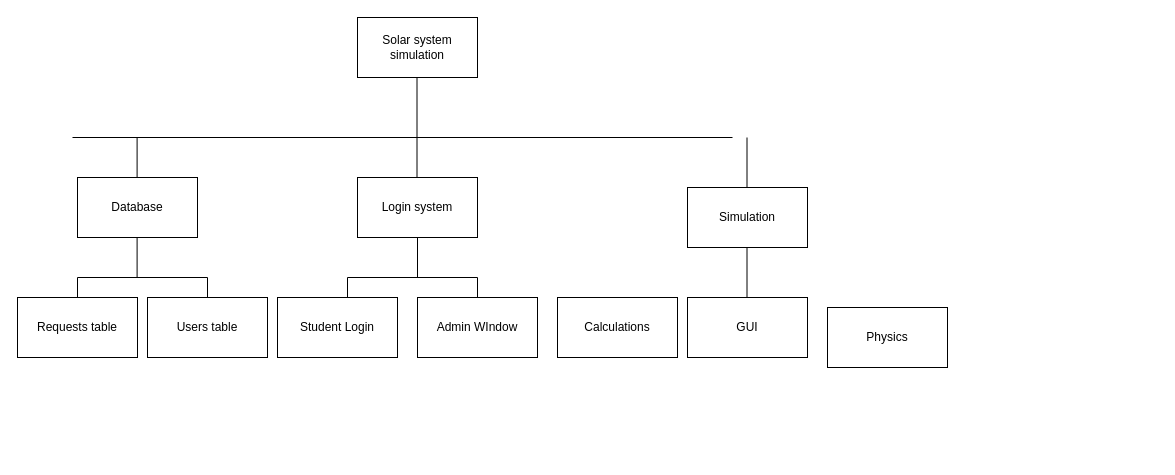
This is Untitled Diagram.drawio from Qaim0/CS_Project1, a draw.io file, before an edit. Source tidied: cells renumbered, new cells numbered last; positions are measured from the earlier drawing's top-left corner, leaving out a move shared by most shapes. Both pictures are drawn from the tidied source at 100%, with x=0, y=0 at pixel (17, 17).
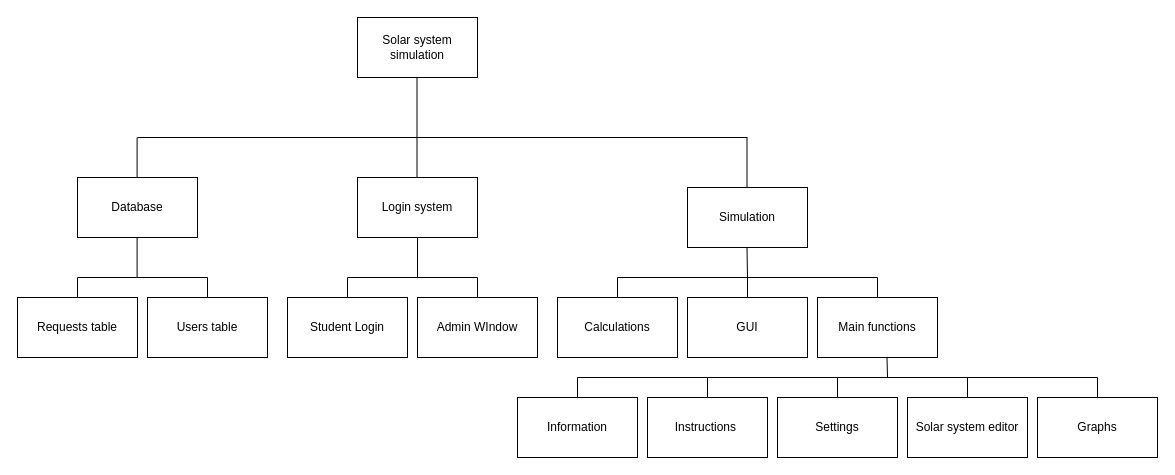
The same diagram, later.

The change refers to these unchanged cells:
```xml
<mxCell id="8" value="Calculations" style="rounded=0;whiteSpace=wrap;html=1;" parent="1" vertex="1">
  <mxGeometry x="540" y="280" width="120" height="60" as="geometry" />
</mxCell>
<mxCell id="9" value="GUI" style="rounded=0;whiteSpace=wrap;html=1;" parent="1" vertex="1">
  <mxGeometry x="670" y="280" width="120" height="60" as="geometry" />
</mxCell>
```

The edit, as a diff of the source:
```diff
@@
     <mxCell id="5" style="endArrow=none;html=1;rounded=0;" parent="1" edge="1">
       <mxGeometry relative="1" as="geometry">
-        <mxPoint x="55" y="120" as="sourcePoint" />
-        <mxPoint x="715" y="120" as="targetPoint" />
+        <mxPoint x="120" y="120" as="sourcePoint" />
+        <mxPoint x="730" y="120" as="targetPoint" />
       </mxGeometry>
     </mxCell>
@@
     <mxCell id="7" style="endArrow=none;html=1;rounded=0;" parent="1" edge="1">
       <mxGeometry relative="1" as="geometry">
-        <mxPoint x="729.5" y="280" as="sourcePoint" />
+        <mxPoint x="730" y="260" as="sourcePoint" />
         <mxPoint x="729.5" y="230" as="targetPoint" />
       </mxGeometry>
     </mxCell>
@@
-    <mxCell id="10" value="Physics" style="rounded=0;whiteSpace=wrap;html=1;" parent="1" vertex="1">
-      <mxGeometry x="810" y="290" width="120" height="60" as="geometry" />
+    <mxCell id="10" value="Main functions" style="rounded=0;whiteSpace=wrap;html=1;" parent="1" vertex="1">
+      <mxGeometry x="800" y="280" width="120" height="60" as="geometry" />
     </mxCell>
@@
     <mxCell id="14" value="Student Login" style="rounded=0;whiteSpace=wrap;html=1;" parent="1" vertex="1">
-      <mxGeometry x="260" y="280" width="120" height="60" as="geometry" />
+      <mxGeometry x="270" y="280" width="120" height="60" as="geometry" />
     </mxCell>
@@
+    <mxCell id="27" style="endArrow=none;html=1;rounded=0;" parent="1" edge="1">
+      <mxGeometry relative="1" as="geometry">
+        <mxPoint x="870" y="360" as="sourcePoint" />
+        <mxPoint x="869.5" y="340" as="targetPoint" />
+      </mxGeometry>
+    </mxCell>
+    <mxCell id="28" value="Information" style="rounded=0;whiteSpace=wrap;html=1;" parent="1" vertex="1">
+      <mxGeometry x="500" y="380" width="120" height="60" as="geometry" />
+    </mxCell>
+    <mxCell id="29" value="Instructions&amp;nbsp;" style="rounded=0;whiteSpace=wrap;html=1;" parent="1" vertex="1">
+      <mxGeometry x="630" y="380" width="120" height="60" as="geometry" />
+    </mxCell>
+    <mxCell id="30" value="Settings" style="rounded=0;whiteSpace=wrap;html=1;" parent="1" vertex="1">
+      <mxGeometry x="760" y="380" width="120" height="60" as="geometry" />
+    </mxCell>
+    <mxCell id="31" value="Solar system editor" style="rounded=0;whiteSpace=wrap;html=1;" parent="1" vertex="1">
+      <mxGeometry x="890" y="380" width="120" height="60" as="geometry" />
+    </mxCell>
+    <mxCell id="32" value="Graphs" style="rounded=0;whiteSpace=wrap;html=1;" parent="1" vertex="1">
+      <mxGeometry x="1020" y="380" width="120" height="60" as="geometry" />
+    </mxCell>
+    <mxCell id="33" style="endArrow=none;html=1;rounded=0;" parent="1" edge="1">
+      <mxGeometry relative="1" as="geometry">
+        <mxPoint x="600" y="260" as="sourcePoint" />
+        <mxPoint x="860" y="260" as="targetPoint" />
+      </mxGeometry>
+    </mxCell>
+    <mxCell id="34" style="endArrow=none;html=1;rounded=0;exitX=0.5;exitY=0;exitDx=0;exitDy=0;" parent="1" edge="1" source="8">
+      <mxGeometry relative="1" as="geometry">
+        <mxPoint x="600" y="260" as="targetPoint" />
+      </mxGeometry>
+    </mxCell>
+    <mxCell id="35" style="endArrow=none;html=1;rounded=0;exitX=0.5;exitY=0;exitDx=0;exitDy=0;" parent="1" edge="1" source="9">
+      <mxGeometry relative="1" as="geometry">
+        <mxPoint x="730" y="260" as="targetPoint" />
+      </mxGeometry>
+    </mxCell>
+    <mxCell id="36" style="endArrow=none;html=1;rounded=0;exitX=0.5;exitY=0;exitDx=0;exitDy=0;" parent="1" edge="1" source="10">
+      <mxGeometry relative="1" as="geometry">
+        <mxPoint x="860" y="260" as="targetPoint" />
+      </mxGeometry>
+    </mxCell>
+    <mxCell id="37" style="endArrow=none;html=1;rounded=0;" parent="1" edge="1">
+      <mxGeometry relative="1" as="geometry">
+        <mxPoint x="560" y="360" as="sourcePoint" />
+        <mxPoint x="1080" y="360" as="targetPoint" />
+      </mxGeometry>
+    </mxCell>
+    <mxCell id="38" style="endArrow=none;html=1;rounded=0;exitX=0.5;exitY=0;exitDx=0;exitDy=0;" parent="1" edge="1" source="28">
+      <mxGeometry relative="1" as="geometry">
+        <mxPoint x="560" y="360" as="targetPoint" />
+      </mxGeometry>
+    </mxCell>
+    <mxCell id="39" style="endArrow=none;html=1;rounded=0;exitX=0.5;exitY=0;exitDx=0;exitDy=0;" parent="1" edge="1" source="29">
+      <mxGeometry relative="1" as="geometry">
+        <mxPoint x="690" y="360" as="targetPoint" />
+      </mxGeometry>
+    </mxCell>
+    <mxCell id="40" style="endArrow=none;html=1;rounded=0;exitX=0.5;exitY=0;exitDx=0;exitDy=0;" parent="1" edge="1" source="30">
+      <mxGeometry relative="1" as="geometry">
+        <mxPoint x="820" y="360" as="targetPoint" />
+      </mxGeometry>
+    </mxCell>
+    <mxCell id="41" style="endArrow=none;html=1;rounded=0;exitX=0.5;exitY=0;exitDx=0;exitDy=0;" parent="1" edge="1" source="31">
+      <mxGeometry relative="1" as="geometry">
+        <mxPoint x="950" y="360" as="targetPoint" />
+      </mxGeometry>
+    </mxCell>
+    <mxCell id="42" style="endArrow=none;html=1;rounded=0;exitX=0.5;exitY=0;exitDx=0;exitDy=0;" parent="1" edge="1" source="32">
+      <mxGeometry relative="1" as="geometry">
+        <mxPoint x="1080" y="360" as="targetPoint" />
+      </mxGeometry>
+    </mxCell>
```
